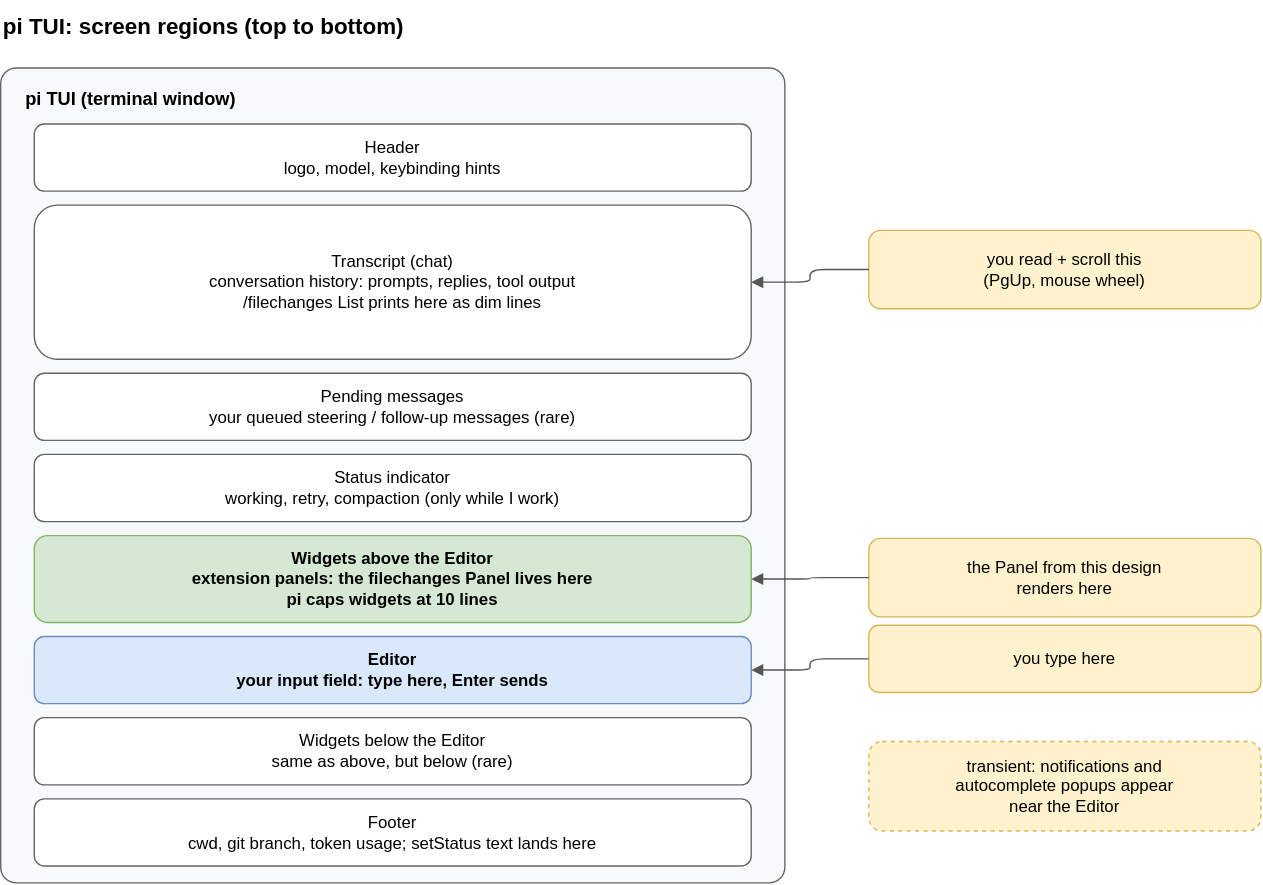
Earlier version of the draw.io export docs/diagrams/filechanges-tui-regions.drawio.svg (luiul/dotfiles). Source tidied: cells renumbered, new cells last; positions are measured from the earlier drawing's top-left corner, leaving out a move shared by most shapes.
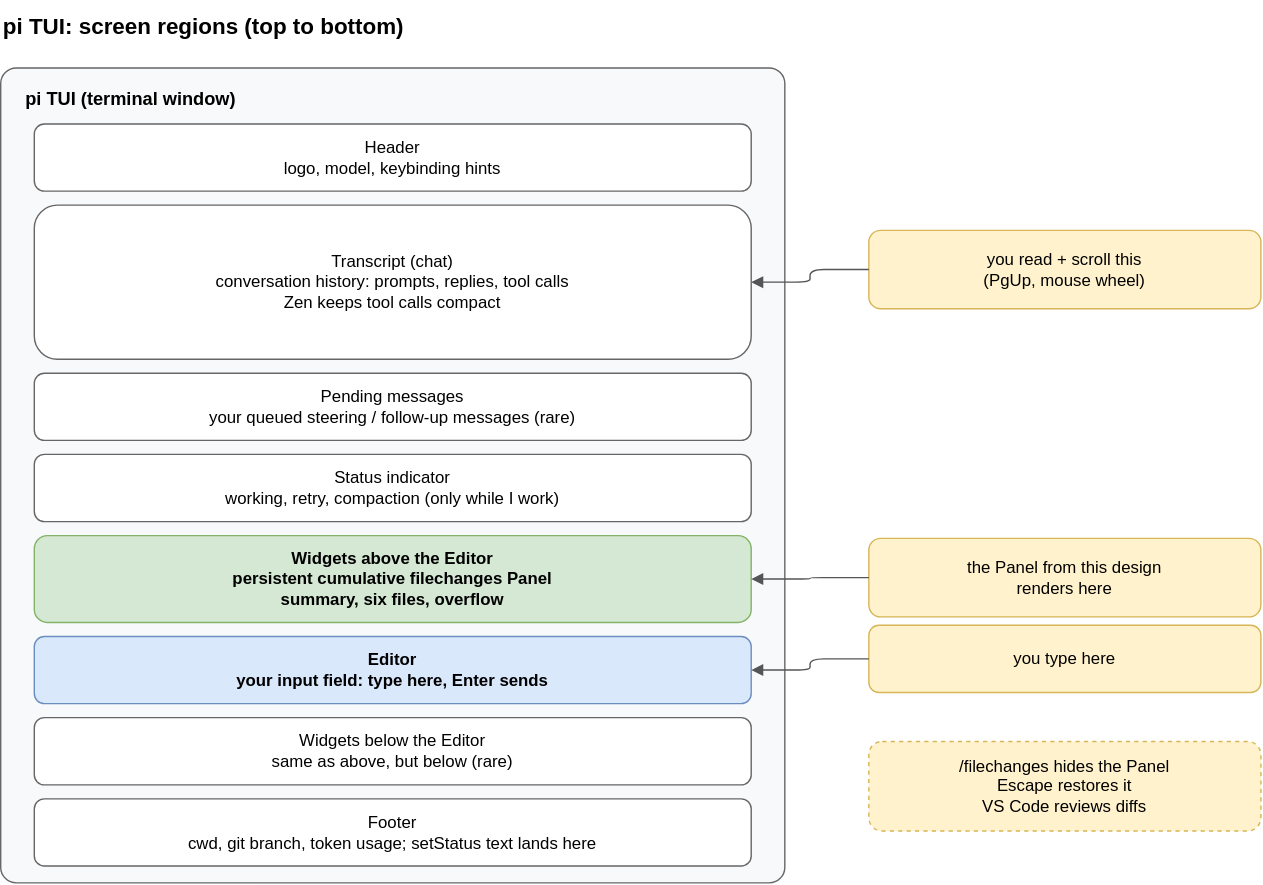
After the change.

What changed in the source:
```diff
@@ -11,7 +11,7 @@
     <mxCell id="4" value="Header&lt;br&gt;logo, model, keybinding hints" style="rounded=1;whiteSpace=wrap;html=1;fillColor=#ffffff;strokeColor=#666666;verticalAlign=middle;align=center;fontSize=12;" parent="3" vertex="1">
       <mxGeometry x="24" y="40" width="512" height="48" as="geometry" />
     </mxCell>
-    <mxCell id="5" value="Transcript (chat)&lt;br&gt;conversation history: prompts, replies, tool output&lt;br&gt;/filechanges List prints here as dim lines" style="rounded=1;whiteSpace=wrap;html=1;fillColor=#ffffff;strokeColor=#666666;verticalAlign=middle;align=center;fontSize=12;" parent="3" vertex="1">
+    <mxCell id="5" value="Transcript (chat)&lt;br&gt;conversation history: prompts, replies, tool calls&lt;br&gt;Zen keeps tool calls compact" style="rounded=1;whiteSpace=wrap;html=1;fillColor=#ffffff;strokeColor=#666666;verticalAlign=middle;align=center;fontSize=12;" parent="3" vertex="1">
       <mxGeometry x="24" y="98" width="512" height="110" as="geometry" />
     </mxCell>
     <mxCell id="6" value="Pending messages&lt;br&gt;your queued steering / follow-up messages (rare)" style="rounded=1;whiteSpace=wrap;html=1;fillColor=#ffffff;strokeColor=#666666;verticalAlign=middle;align=center;fontSize=12;" parent="3" vertex="1">
@@ -20,7 +20,7 @@
     <mxCell id="7" value="Status indicator&lt;br&gt;working, retry, compaction (only while I work)" style="rounded=1;whiteSpace=wrap;html=1;fillColor=#ffffff;strokeColor=#666666;verticalAlign=middle;align=center;fontSize=12;" parent="3" vertex="1">
       <mxGeometry x="24" y="276" width="512" height="48" as="geometry" />
     </mxCell>
-    <mxCell id="8" value="Widgets above the Editor&lt;br&gt;extension panels: the filechanges Panel lives here&lt;br&gt;pi caps widgets at 10 lines" style="rounded=1;whiteSpace=wrap;html=1;fillColor=#d5e8d4;strokeColor=#82b366;verticalAlign=middle;align=center;fontSize=12;fontStyle=1;" parent="3" vertex="1">
+    <mxCell id="8" value="Widgets above the Editor&lt;br&gt;persistent cumulative filechanges Panel&lt;br&gt;summary, six files, overflow" style="rounded=1;whiteSpace=wrap;html=1;fillColor=#d5e8d4;strokeColor=#82b366;verticalAlign=middle;align=center;fontSize=12;fontStyle=1;" parent="3" vertex="1">
       <mxGeometry x="24" y="334" width="512" height="62" as="geometry" />
     </mxCell>
     <mxCell id="9" value="Editor&lt;br&gt;your input field: type here, Enter sends" style="rounded=1;whiteSpace=wrap;html=1;fillColor=#dae8fc;strokeColor=#6c8ebf;verticalAlign=middle;align=center;fontSize=12;fontStyle=1;" parent="3" vertex="1">
@@ -41,7 +41,7 @@
     <mxCell id="14" value="you type here" style="rounded=1;whiteSpace=wrap;html=1;fillColor=#fff2cc;strokeColor=#d6b656;verticalAlign=middle;align=center;fontSize=12;" parent="1" vertex="1">
       <mxGeometry x="620" y="446" width="280" height="48" as="geometry" />
     </mxCell>
-    <mxCell id="15" value="transient: notifications and&lt;br&gt;autocomplete popups appear&lt;br&gt;near the Editor" style="rounded=1;whiteSpace=wrap;html=1;fillColor=#fff2cc;strokeColor=#d6b656;verticalAlign=middle;align=center;fontSize=12;dashed=1;" parent="1" vertex="1">
+    <mxCell id="15" value="/filechanges hides the Panel&lt;br&gt;Escape restores it&lt;br&gt;VS Code reviews diffs" style="rounded=1;whiteSpace=wrap;html=1;fillColor=#fff2cc;strokeColor=#d6b656;verticalAlign=middle;align=center;fontSize=12;dashed=1;" parent="1" vertex="1">
       <mxGeometry x="620" y="529" width="280" height="64" as="geometry" />
     </mxCell>
     <mxCell id="16" style="edgeStyle=orthogonalEdgeStyle;rounded=1;html=1;jettySize=auto;endArrow=block;endFill=1;strokeColor=#555555;fontSize=11;labelBackgroundColor=#ffffff;align=center;verticalAlign=middle;exitX=0;exitY=0.5;exitDx=0;exitDy=0;entryX=1;entryY=0.5;entryDx=0;entryDy=0;" parent="1" edge="1" source="12" target="5">
```
